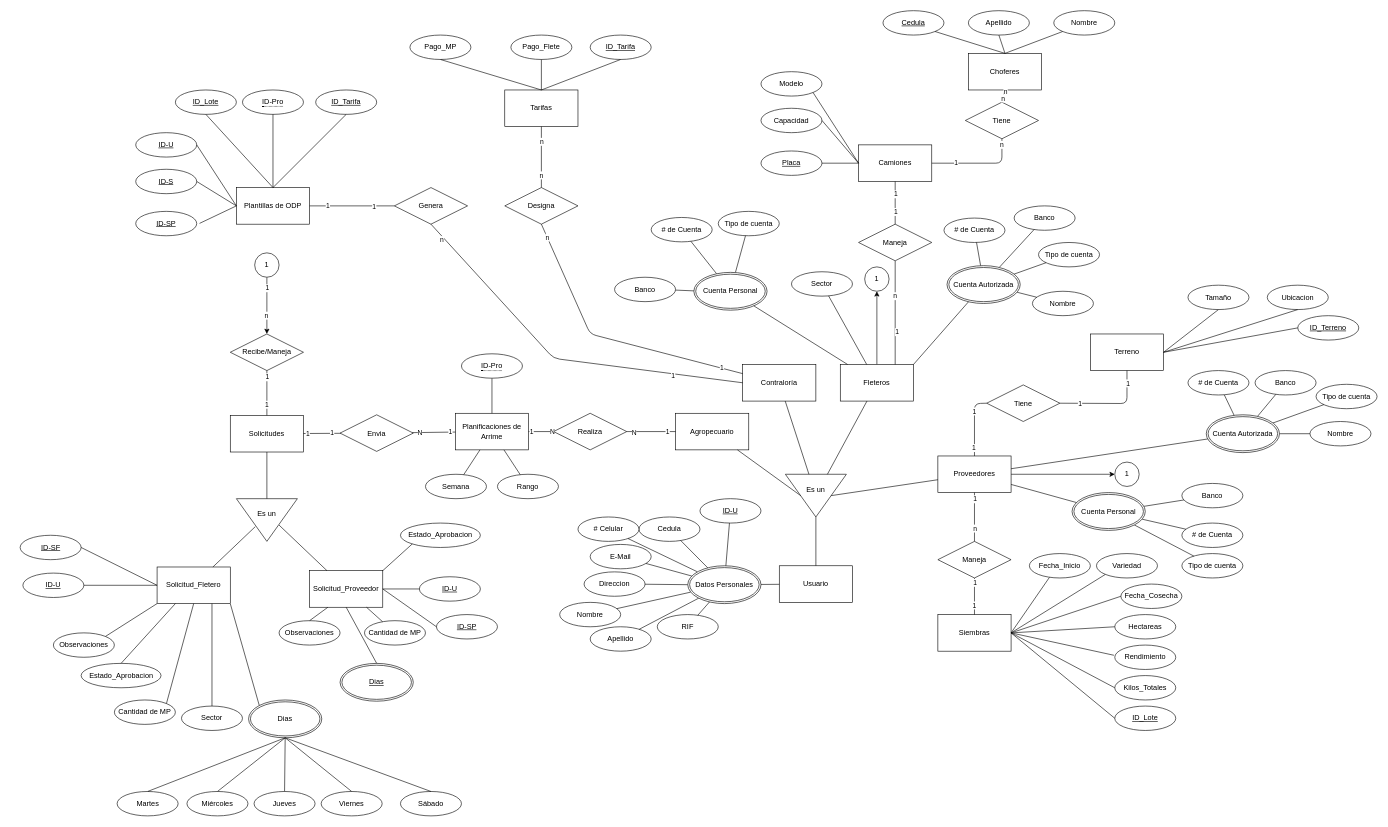
This is Diagrama Entidad Relacion.drawio from Dava2310/Proyecto-SARP-Web, a draw.io file, before an edit. Source tidied: cells renumbered, new cells numbered last; positions are measured from the earlier drawing's top-left corner, leaving out a move shared by most shapes. Both pictures are drawn from the tidied source at 61%, with x=0, y=0 at pixel (20, 10).
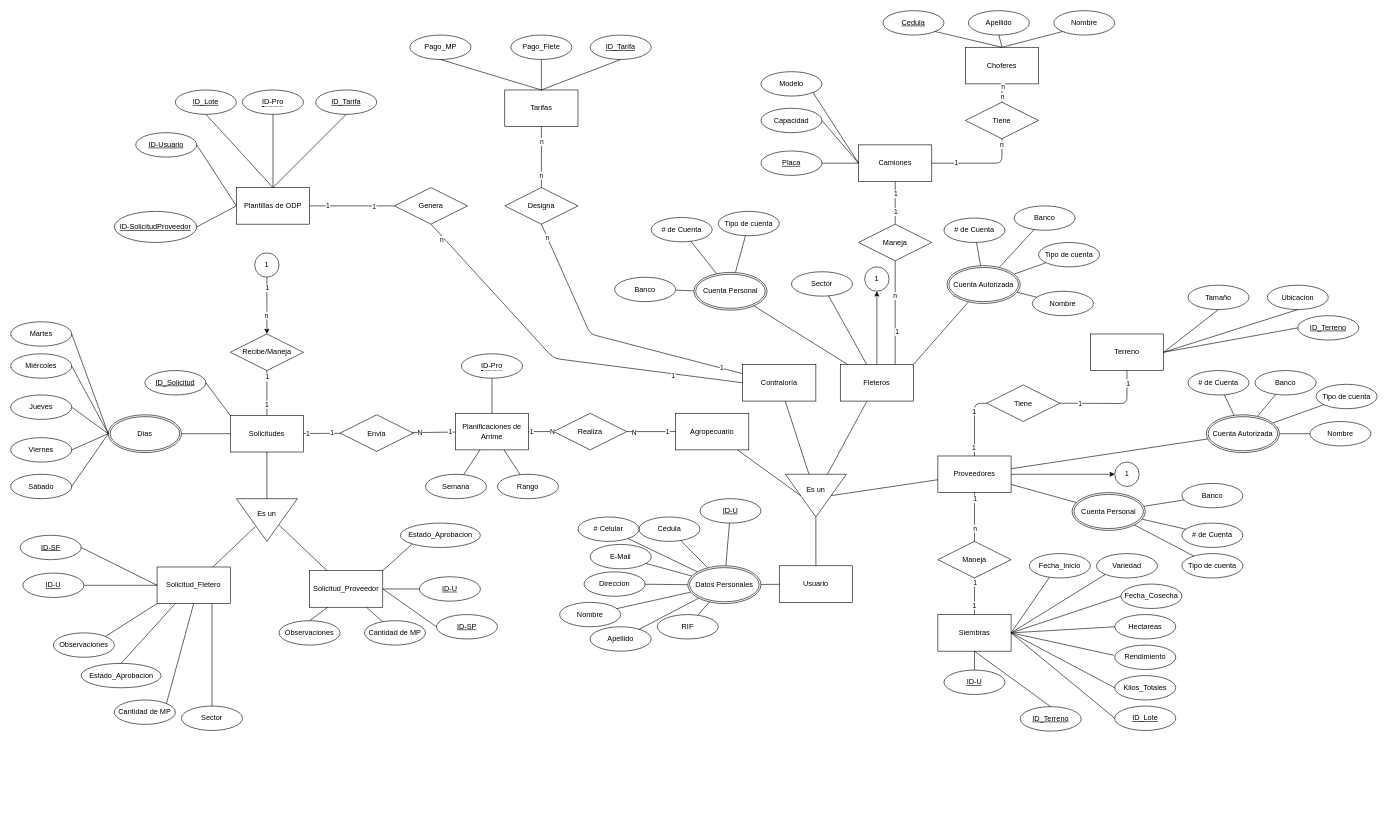
Above is the later version.

Commit message (it also covers changes not shown here):
Correciones Modelo ER y Modelo Relacional

Unchanged cells that the change refers to:
```xml
<mxCell id="8" value="Siembras" style="rounded=0;whiteSpace=wrap;html=1;" parent="1" vertex="1">
  <mxGeometry x="1504" y="990" width="120" height="60" as="geometry" />
</mxCell>
<mxCell id="9" value="Solicitudes" style="rounded=0;whiteSpace=wrap;html=1;" parent="1" vertex="1">
  <mxGeometry x="344" y="663.5" width="120" height="60" as="geometry" />
</mxCell>
<mxCell id="13" value="Plantillas de ODP" style="rounded=0;whiteSpace=wrap;html=1;" parent="1" vertex="1">
  <mxGeometry x="354" y="290" width="120" height="60" as="geometry" />
</mxCell>
<mxCell id="105" value="Solicitud_Fletero" style="rounded=0;whiteSpace=wrap;html=1;" parent="1" vertex="1">
  <mxGeometry x="224" y="912" width="120" height="60" as="geometry" />
</mxCell>
<mxCell id="106" value="Solicitud_Proveedor" style="rounded=0;whiteSpace=wrap;html=1;" parent="1" vertex="1">
  <mxGeometry x="474" y="918" width="120" height="60" as="geometry" />
</mxCell>
```

The edit, as a diff of the source:
```diff
@@
     <mxCell id="11" value="Choferes" style="rounded=0;whiteSpace=wrap;html=1;" parent="1" vertex="1">
-      <mxGeometry x="1554" y="70" width="120" height="60" as="geometry" />
+      <mxGeometry x="1549" y="60" width="120" height="60" as="geometry" />
     </mxCell>
@@
     <mxCell id="187" value="Dias" style="ellipse;shape=doubleEllipse;margin=3;whiteSpace=wrap;html=1;align=center;strokeWidth=1;" parent="1" vertex="1">
-      <mxGeometry x="374" y="1130" width="120" height="62" as="geometry" />
+      <mxGeometry x="144" y="662.5" width="120" height="62" as="geometry" />
     </mxCell>
@@
-    <mxCell id="197" style="endArrow=none;html=1;exitX=1;exitY=1;exitDx=0;exitDy=0;entryX=0;entryY=0;entryDx=0;entryDy=0;" parent="1" edge="1" source="105" target="187">
-      <mxGeometry relative="1" as="geometry" />
-    </mxCell>
     <mxCell id="198" value="Miércoles" style="ellipse;whiteSpace=wrap;html=1;strokeWidth=1;" parent="1" vertex="1">
-      <mxGeometry x="273" y="1280" width="100" height="40" as="geometry" />
+      <mxGeometry x="-16" y="562.5" width="100" height="40" as="geometry" />
     </mxCell>
     <mxCell id="199" value="Jueves" style="ellipse;whiteSpace=wrap;html=1;strokeWidth=1;" parent="1" vertex="1">
-      <mxGeometry x="383" y="1280" width="100" height="40" as="geometry" />
+      <mxGeometry x="-16" y="630" width="100" height="40" as="geometry" />
     </mxCell>
     <mxCell id="200" value="Sábado" style="ellipse;whiteSpace=wrap;html=1;strokeWidth=1;" parent="1" vertex="1">
-      <mxGeometry x="623" y="1280" width="100" height="40" as="geometry" />
+      <mxGeometry x="-16" y="760" width="100" height="40" as="geometry" />
     </mxCell>
     <mxCell id="201" value="Viernes" style="ellipse;whiteSpace=wrap;html=1;strokeWidth=1;" parent="1" vertex="1">
-      <mxGeometry x="493" y="1280" width="100" height="40" as="geometry" />
+      <mxGeometry x="-16" y="700" width="100" height="40" as="geometry" />
     </mxCell>
     <mxCell id="202" value="Martes" style="ellipse;whiteSpace=wrap;html=1;strokeWidth=1;" parent="1" vertex="1">
-      <mxGeometry x="158.5" y="1280" width="100" height="40" as="geometry" />
+      <mxGeometry x="-16" y="510" width="100" height="40" as="geometry" />
     </mxCell>
-    <mxCell id="203" style="endArrow=none;html=1;exitX=0.5;exitY=1;exitDx=0;exitDy=0;entryX=0.5;entryY=0;entryDx=0;entryDy=0;" parent="1" edge="1" source="187" target="199">
-      <mxGeometry relative="1" as="geometry" />
-    </mxCell>
-    <mxCell id="204" style="endArrow=none;html=1;exitX=0.5;exitY=1;exitDx=0;exitDy=0;entryX=0.5;entryY=0;entryDx=0;entryDy=0;" parent="1" edge="1" source="187" target="198">
-      <mxGeometry relative="1" as="geometry" />
-    </mxCell>
-    <mxCell id="205" style="endArrow=none;html=1;exitX=0.5;exitY=1;exitDx=0;exitDy=0;entryX=0.5;entryY=0;entryDx=0;entryDy=0;" parent="1" edge="1" source="187" target="201">
-      <mxGeometry relative="1" as="geometry" />
-    </mxCell>
-    <mxCell id="206" style="endArrow=none;html=1;exitX=0.5;exitY=1;exitDx=0;exitDy=0;entryX=0.5;entryY=0;entryDx=0;entryDy=0;" parent="1" edge="1" source="187" target="200">
-      <mxGeometry relative="1" as="geometry" />
-    </mxCell>
-    <mxCell id="207" style="endArrow=none;html=1;exitX=0.5;exitY=1;exitDx=0;exitDy=0;entryX=0.5;entryY=0;entryDx=0;entryDy=0;" parent="1" edge="1" source="187" target="202">
-      <mxGeometry relative="1" as="geometry" />
-    </mxCell>
@@
-    <mxCell id="231" value="ID-U" style="ellipse;whiteSpace=wrap;html=1;align=center;fontStyle=4;strokeWidth=1;" parent="1" vertex="1">
+    <mxCell id="231" value="ID-Usuario" style="ellipse;whiteSpace=wrap;html=1;align=center;fontStyle=4;strokeWidth=1;" parent="1" vertex="1">
       <mxGeometry x="189" y="200" width="100" height="40" as="geometry" />
     </mxCell>
-    <mxCell id="232" value="ID-S" style="ellipse;whiteSpace=wrap;html=1;align=center;fontStyle=4;strokeWidth=1;" parent="1" vertex="1">
-      <mxGeometry x="189" y="260" width="100" height="40" as="geometry" />
-    </mxCell>
-    <mxCell id="233" value="ID-SP" style="ellipse;whiteSpace=wrap;html=1;align=center;fontStyle=4;strokeWidth=1;" parent="1" vertex="1">
-      <mxGeometry x="189" y="329" width="100" height="40" as="geometry" />
+    <mxCell id="233" value="ID-SolicitudProveedor" style="ellipse;whiteSpace=wrap;html=1;align=center;fontStyle=4;strokeWidth=1;" parent="1" vertex="1">
+      <mxGeometry x="154" y="329" width="135" height="51" as="geometry" />
     </mxCell>
@@
-    <mxCell id="241" style="endArrow=none;html=1;exitX=1;exitY=0.5;exitDx=0;exitDy=0;entryX=0;entryY=0.5;entryDx=0;entryDy=0;" parent="1" edge="1" source="232" target="13">
-      <mxGeometry relative="1" as="geometry" />
-    </mxCell>
-    <mxCell id="242" style="endArrow=none;html=1;exitX=1.046;exitY=0.493;exitDx=0;exitDy=0;entryX=0;entryY=0.5;entryDx=0;entryDy=0;exitPerimeter=0;" parent="1" edge="1" source="233" target="13">
+    <mxCell id="242" style="endArrow=none;html=1;exitX=1;exitY=0.5;exitDx=0;exitDy=0;entryX=0;entryY=0.5;entryDx=0;entryDy=0;" parent="1" edge="1" source="233" target="13">
       <mxGeometry relative="1" as="geometry" />
     </mxCell>
-    <mxCell id="243" value="&lt;u&gt;Dias&lt;/u&gt;" style="ellipse;shape=doubleEllipse;margin=3;whiteSpace=wrap;html=1;align=center;strokeWidth=1;" parent="1" vertex="1">
-      <mxGeometry x="524" y="1070" width="120" height="62" as="geometry" />
-    </mxCell>
-    <mxCell id="244" style="endArrow=none;html=1;exitX=0.5;exitY=1;exitDx=0;exitDy=0;entryX=0.5;entryY=0;entryDx=0;entryDy=0;" parent="1" edge="1" source="106" target="243">
-      <mxGeometry relative="1" as="geometry" />
-    </mxCell>
+    <mxCell id="245" value="ID-U" style="ellipse;whiteSpace=wrap;html=1;align=center;fontStyle=4;strokeWidth=1;" parent="1" vertex="1">
+      <mxGeometry x="1514" y="1081" width="100" height="40" as="geometry" />
+    </mxCell>
+    <mxCell id="246" style="endArrow=none;html=1;exitX=0.5;exitY=1;exitDx=0;exitDy=0;entryX=0.5;entryY=0;entryDx=0;entryDy=0;" parent="1" edge="1" source="8" target="245">
+      <mxGeometry relative="1" as="geometry" />
+    </mxCell>
+    <mxCell id="247" value="&lt;u&gt;ID_Terreno&lt;/u&gt;" style="ellipse;whiteSpace=wrap;html=1;strokeWidth=1;" parent="1" vertex="1">
+      <mxGeometry x="1639" y="1141" width="100" height="40" as="geometry" />
+    </mxCell>
+    <mxCell id="248" style="endArrow=none;html=1;exitX=0.5;exitY=1;exitDx=0;exitDy=0;entryX=0.5;entryY=0;entryDx=0;entryDy=0;" parent="1" edge="1" source="8" target="247">
+      <mxGeometry relative="1" as="geometry" />
+    </mxCell>
+    <mxCell id="249" style="endArrow=none;html=1;exitX=0;exitY=0.5;exitDx=0;exitDy=0;entryX=1;entryY=0.5;entryDx=0;entryDy=0;" parent="1" edge="1" source="9" target="187">
+      <mxGeometry relative="1" as="geometry" />
+    </mxCell>
+    <mxCell id="207" style="endArrow=none;html=1;exitX=0;exitY=0.5;exitDx=0;exitDy=0;entryX=1;entryY=0.5;entryDx=0;entryDy=0;" parent="1" edge="1" source="187" target="202">
+      <mxGeometry relative="1" as="geometry" />
+    </mxCell>
+    <mxCell id="204" style="endArrow=none;html=1;exitX=0;exitY=0.5;exitDx=0;exitDy=0;entryX=1;entryY=0.5;entryDx=0;entryDy=0;" parent="1" edge="1" source="187" target="198">
+      <mxGeometry relative="1" as="geometry" />
+    </mxCell>
+    <mxCell id="203" style="endArrow=none;html=1;exitX=0;exitY=0.5;exitDx=0;exitDy=0;entryX=1;entryY=0.5;entryDx=0;entryDy=0;" parent="1" edge="1" source="187" target="199">
+      <mxGeometry relative="1" as="geometry" />
+    </mxCell>
+    <mxCell id="205" style="endArrow=none;html=1;exitX=0;exitY=0.5;exitDx=0;exitDy=0;entryX=1;entryY=0.5;entryDx=0;entryDy=0;" parent="1" edge="1" source="187" target="201">
+      <mxGeometry relative="1" as="geometry" />
+    </mxCell>
+    <mxCell id="206" style="endArrow=none;html=1;exitX=0;exitY=0.5;exitDx=0;exitDy=0;entryX=1;entryY=0.5;entryDx=0;entryDy=0;" parent="1" edge="1" source="187" target="200">
+      <mxGeometry relative="1" as="geometry" />
+    </mxCell>
+    <mxCell id="250" value="&lt;u&gt;ID_Solicitud&lt;/u&gt;" style="ellipse;whiteSpace=wrap;html=1;strokeWidth=1;" parent="1" vertex="1">
+      <mxGeometry x="204" y="590" width="100" height="40" as="geometry" />
+    </mxCell>
+    <mxCell id="251" style="endArrow=none;html=1;exitX=0;exitY=0;exitDx=0;exitDy=0;entryX=1;entryY=0.5;entryDx=0;entryDy=0;" parent="1" edge="1" source="9" target="250">
+      <mxGeometry relative="1" as="geometry" />
+    </mxCell>
```
